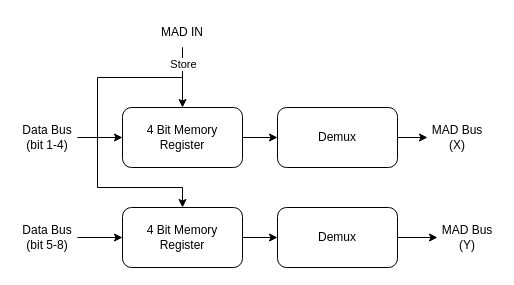
Above: page "Memory Buffer" (2 of 4) of General/Magnetic Memory.drawio in omzz15/Magnetic-Memory (draw.io), before the change. Source tidied: cells renumbered, new cells numbered last; positions are measured from the earlier drawing's top-left corner, leaving out a move shared by most shapes. Both pictures are drawn from the tidied source at 100%, with x=0, y=0 at pixel (17, 17).
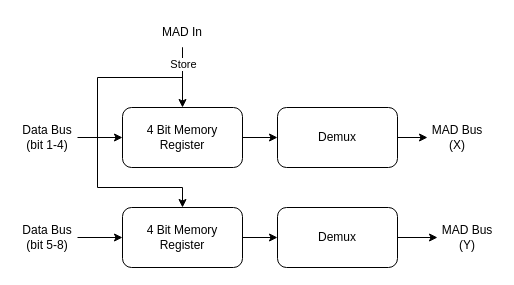
After the change.

What changed in the source:
```diff
@@
-    <mxCell id="9" value="MAD IN" style="text;html=1;strokeColor=none;fillColor=none;align=center;verticalAlign=middle;whiteSpace=wrap;rounded=0;" parent="1" vertex="1">
+    <mxCell id="9" value="MAD In" style="text;html=1;strokeColor=none;fillColor=none;align=center;verticalAlign=middle;whiteSpace=wrap;rounded=0;" parent="1" vertex="1">
       <mxGeometry x="135" width="60" height="30" as="geometry" />
     </mxCell>
```
